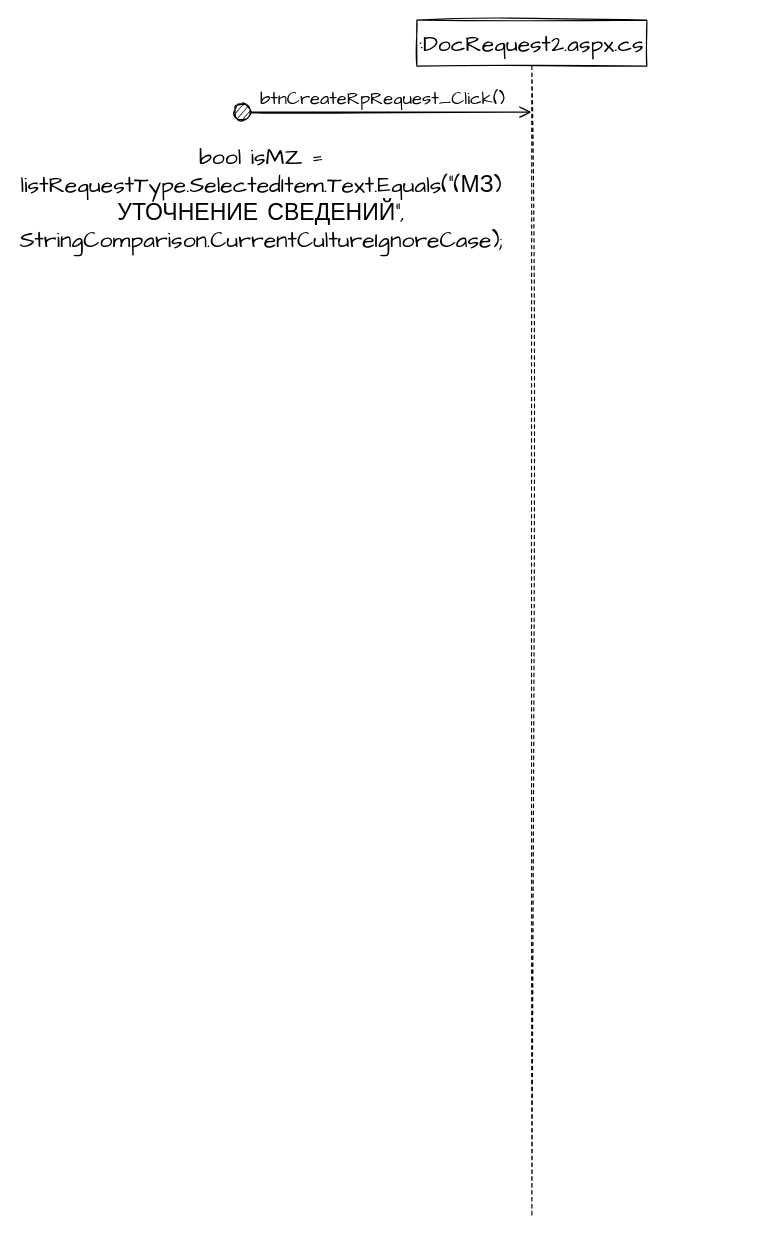
The draw.io diagram portal/DocRequest2.aspx/btnCreateRpRequest_Click().drawio in davyd0ff/so-line-grls, before the edit. Source tidied: cells renumbered, new cells numbered last; positions are measured from the earlier drawing's top-left corner, leaving out a move shared by most shapes. Both pictures are drawn from the tidied source at 115%, with x=0, y=0 at pixel (186, 20).
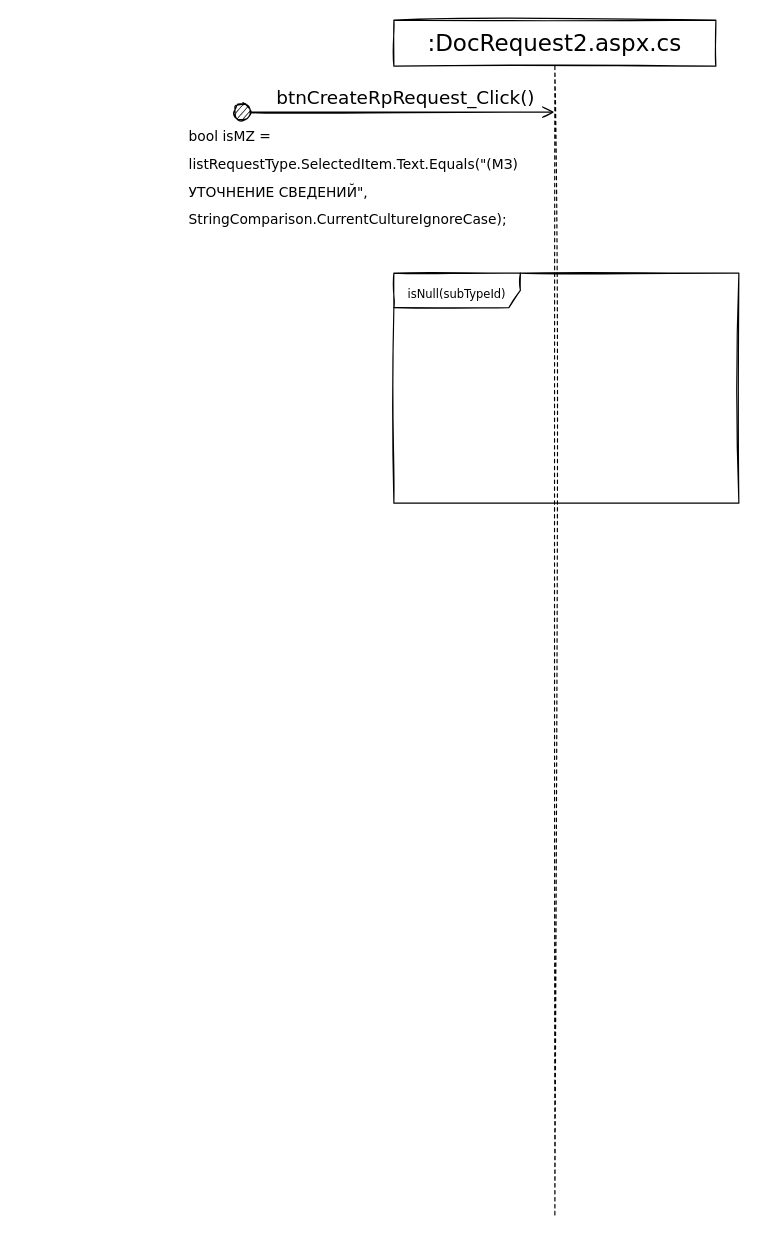
After the change.

The edit, as a diff of the source:
```diff
@@
 <mxGraphModel>
   <root>
     <mxCell id="0" />
     <mxCell id="1" parent="0" />
-    <mxCell id="2" value=":DocRequest2.aspx.cs" style="shape=umlLifeline;perimeter=lifelinePerimeter;whiteSpace=wrap;html=1;outlineConnect=0;sketch=1;hachureGap=4;fontFamily=Architects Daughter;fontSize=20;" parent="1" vertex="1">
-      <mxGeometry x="200" width="200" height="1040" as="geometry" />
+    <mxCell id="2" value="&lt;font face=&quot;Verdana&quot;&gt;:DocRequest2.aspx.cs&lt;/font&gt;" style="shape=umlLifeline;perimeter=lifelinePerimeter;whiteSpace=wrap;html=1;outlineConnect=0;sketch=1;hachureGap=4;fontFamily=Architects Daughter;fontSize=20;" parent="1" vertex="1">
+      <mxGeometry x="180" width="280" height="1040" as="geometry" />
     </mxCell>
+    <mxCell id="5" value="&lt;font style=&quot;font-size: 10px;&quot; face=&quot;Verdana&quot;&gt;isNull(subTypeId)&lt;/font&gt;" style="shape=umlFrame;whiteSpace=wrap;html=1;sketch=1;hachureGap=4;fontFamily=Architects Daughter;fontSize=20;width=110;height=30;" parent="2" vertex="1">
+      <mxGeometry y="220" width="300" height="200" as="geometry" />
+    </mxCell>
-    <mxCell id="3" value="btnCreateRpRequest_Click()" style="html=1;verticalAlign=bottom;startArrow=circle;startFill=1;endArrow=open;startSize=6;endSize=8;rounded=0;sketch=1;hachureGap=4;fontFamily=Architects Daughter;fontSize=16;sourcePerimeterSpacing=8;targetPerimeterSpacing=8;curved=1;" parent="1" edge="1" target="2">
-      <mxGeometry relative="1" as="geometry">
+    <mxCell id="3" value="&lt;font face=&quot;Verdana&quot;&gt;btnCreateRpRequest_Click()&lt;/font&gt;" style="html=1;verticalAlign=bottom;startArrow=circle;startFill=1;endArrow=open;startSize=6;endSize=8;rounded=0;sketch=1;hachureGap=4;fontFamily=Architects Daughter;fontSize=16;sourcePerimeterSpacing=8;targetPerimeterSpacing=8;curved=1;" parent="1" edge="1" target="2">
+      <mxGeometry x="0.07" relative="1" as="geometry">
         <mxPoint x="40" y="80" as="sourcePoint" />
       </mxGeometry>
     </mxCell>
-    <mxCell id="4" value="bool isMZ = listRequestType.SelectedItem.Text.Equals(&quot;(МЗ) УТОЧНЕНИЕ СВЕДЕНИЙ&quot;, StringComparison.CurrentCultureIgnoreCase);" style="text;html=1;strokeColor=none;fillColor=none;align=center;verticalAlign=middle;whiteSpace=wrap;rounded=0;sketch=1;hachureGap=4;fontFamily=Architects Daughter;fontSize=20;" parent="1" vertex="1">
-      <mxGeometry y="140" width="130" height="30" as="geometry" />
+    <mxCell id="4" value="&lt;font style=&quot;font-size: 12px;&quot; face=&quot;Verdana&quot;&gt;bool isMZ = listRequestType.SelectedItem.Text.Equals(&quot;(МЗ) УТОЧНЕНИЕ СВЕДЕНИЙ&quot;, StringComparison.CurrentCultureIgnoreCase);&lt;/font&gt;" style="text;html=1;strokeColor=none;fillColor=none;align=left;verticalAlign=middle;whiteSpace=wrap;rounded=0;sketch=1;hachureGap=4;fontFamily=Architects Daughter;fontSize=20;" parent="1" vertex="1">
+      <mxGeometry y="90" width="290" height="90" as="geometry" />
     </mxCell>
   </root>
 </mxGraphModel>
```
